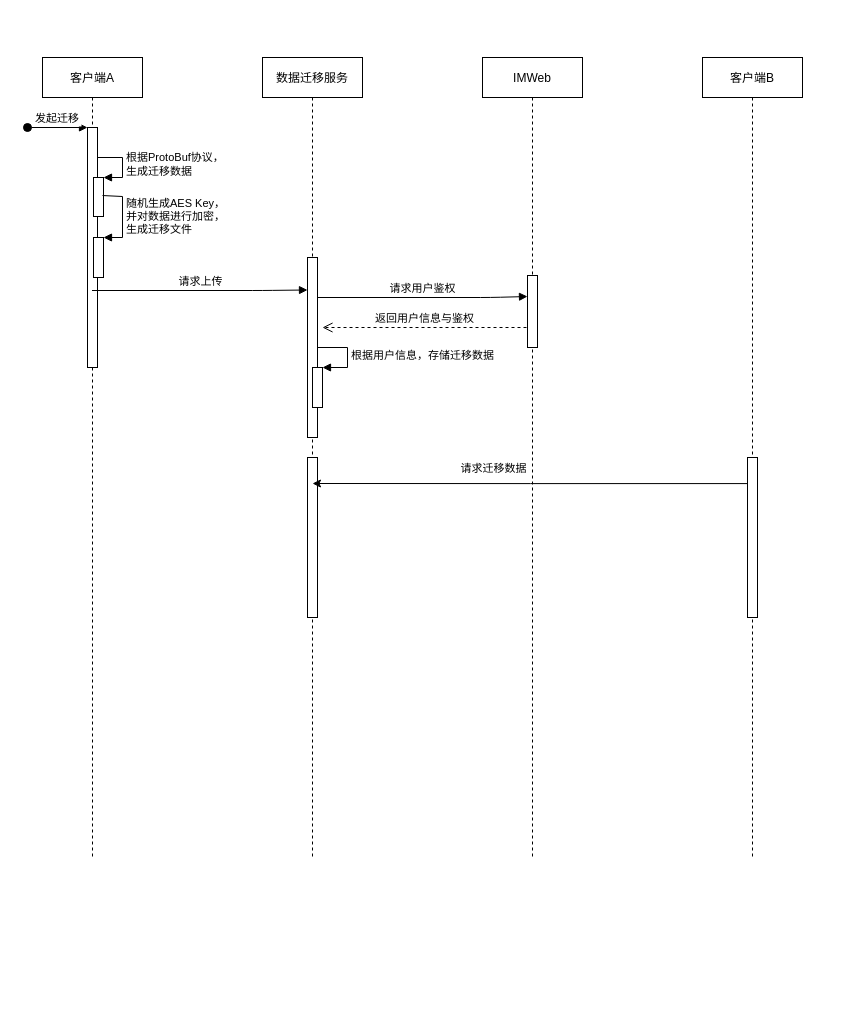
Earlier version of the draw.io diagram 数据迁移 Diagram.drawio (ginhoor/OnlineDocuments). Source tidied: cells renumbered, new cells numbered last; positions are measured from the earlier drawing's top-left corner, leaving out a move shared by most shapes. Both pictures are drawn from the tidied source at 100%, with x=0, y=0 at pixel (27, 57).
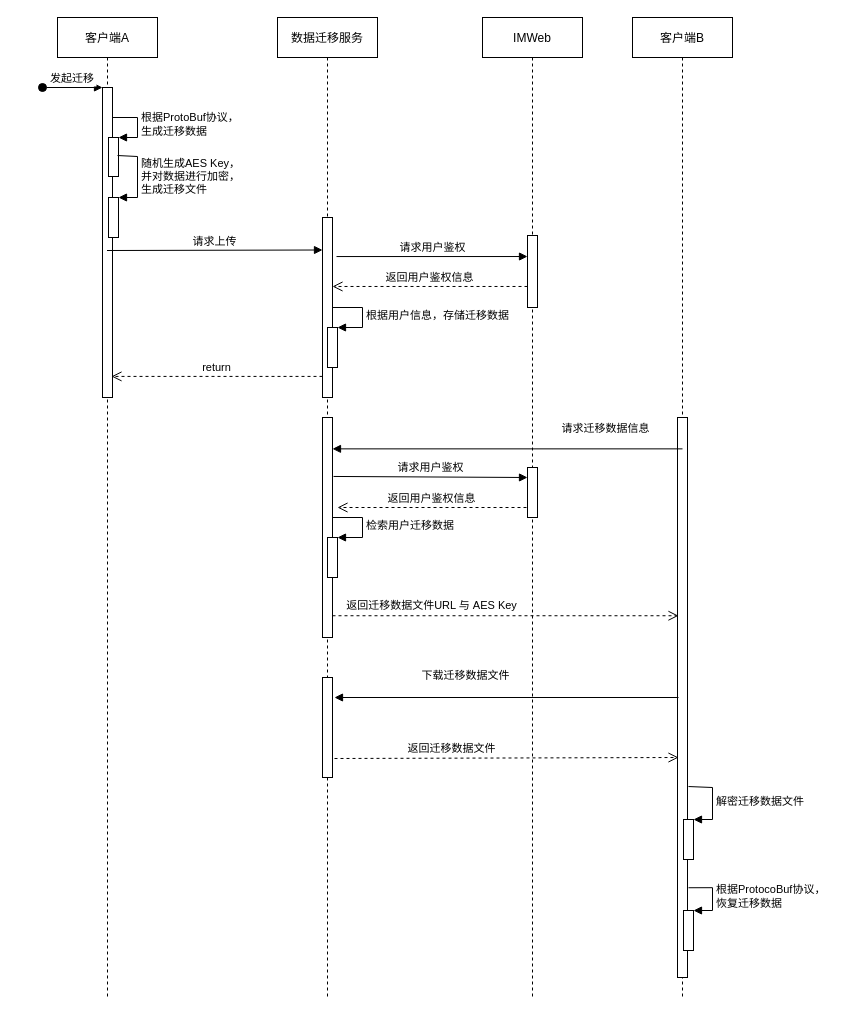
The same page after the edit.

Unchanged cells that the change refers to:
```xml
<mxCell id="10" style="points=[];perimeter=orthogonalPerimeter;rounded=0;shadow=0;strokeWidth=1;" parent="9" vertex="1">
  <mxGeometry x="45" y="200" width="10" height="180" as="geometry" />
</mxCell>
<mxCell id="18" style="points=[];perimeter=orthogonalPerimeter;rounded=0;shadow=0;strokeWidth=1;" parent="17" vertex="1">
  <mxGeometry x="45" y="218" width="10" height="72" as="geometry" />
</mxCell>
```

The edit, as a diff of the source:
```diff
@@
     <mxCell id="2" value="客户端A" style="shape=umlLifeline;perimeter=lifelinePerimeter;rounded=0;shadow=0;strokeWidth=1;" parent="1" vertex="1">
-      <mxGeometry x="15" width="100" height="800" as="geometry" />
+      <mxGeometry x="30" y="-40" width="100" height="980" as="geometry" />
     </mxCell>
     <mxCell id="3" style="points=[];perimeter=orthogonalPerimeter;rounded=0;shadow=0;strokeWidth=1;" parent="2" vertex="1">
-      <mxGeometry x="45" y="70" width="10" height="240" as="geometry" />
+      <mxGeometry x="45" y="70" width="10" height="310" as="geometry" />
     </mxCell>
@@
     <mxCell id="9" value="数据迁移服务" style="shape=umlLifeline;perimeter=lifelinePerimeter;rounded=0;shadow=0;strokeWidth=1;" parent="1" vertex="1">
-      <mxGeometry x="235" width="100" height="800" as="geometry" />
+      <mxGeometry x="250" y="-40" width="100" height="980" as="geometry" />
     </mxCell>
@@
     <mxCell id="11" value="请求上传" style="html=1;verticalAlign=bottom;endArrow=block;" parent="9" edge="1">
       <mxGeometry relative="1" as="geometry">
         <mxPoint x="-170.5" y="233" as="sourcePoint" />
         <mxPoint x="45" y="232.5" as="targetPoint" />
-        <Array as="points">
-          <mxPoint y="233" />
-        </Array>
       </mxGeometry>
     </mxCell>
@@
     <mxCell id="14" style="points=[];perimeter=orthogonalPerimeter;rounded=0;shadow=0;strokeWidth=1;" parent="9" vertex="1">
-      <mxGeometry x="45" y="400" width="10" height="160" as="geometry" />
+      <mxGeometry x="45" y="400" width="10" height="220" as="geometry" />
     </mxCell>
+    <mxCell id="23" style="html=1;points=[];perimeter=orthogonalPerimeter;" parent="9" vertex="1">
+      <mxGeometry x="50" y="520" width="10" height="40" as="geometry" />
+    </mxCell>
+    <mxCell id="24" value="检索用户迁移数据" style="edgeStyle=orthogonalEdgeStyle;html=1;align=left;spacingLeft=2;endArrow=block;rounded=0;entryX=1;entryY=0;strokeColor=default;" parent="9" edge="1" target="23">
+      <mxGeometry relative="1" as="geometry">
+        <mxPoint x="55" y="500" as="sourcePoint" />
+        <Array as="points">
+          <mxPoint x="85" y="500" />
+        </Array>
+      </mxGeometry>
+    </mxCell>
+    <mxCell id="25" style="html=1;points=[];perimeter=orthogonalPerimeter;" parent="9" vertex="1">
+      <mxGeometry x="45" y="660" width="10" height="100" as="geometry" />
+    </mxCell>
     <mxCell id="15" value="客户端B" style="shape=umlLifeline;perimeter=lifelinePerimeter;rounded=0;shadow=0;strokeWidth=1;" parent="1" vertex="1">
-      <mxGeometry x="675" width="100" height="800" as="geometry" />
+      <mxGeometry x="605" y="-40" width="100" height="980" as="geometry" />
     </mxCell>
     <mxCell id="16" style="points=[];perimeter=orthogonalPerimeter;rounded=0;shadow=0;strokeWidth=1;" parent="15" vertex="1">
-      <mxGeometry x="45" y="400" width="10" height="160" as="geometry" />
+      <mxGeometry x="45" y="400" width="10" height="560" as="geometry" />
     </mxCell>
+    <mxCell id="26" style="html=1;points=[];perimeter=orthogonalPerimeter;" parent="15" vertex="1">
+      <mxGeometry x="51" y="893" width="10" height="40" as="geometry" />
+    </mxCell>
+    <mxCell id="27" value="根据ProtocoBuf协议，&lt;br&gt;恢复迁移数据" style="edgeStyle=orthogonalEdgeStyle;html=1;align=left;spacingLeft=2;endArrow=block;rounded=0;entryX=1;entryY=0;strokeColor=default;exitX=0.56;exitY=0.888;exitDx=0;exitDy=0;exitPerimeter=0;" parent="15" edge="1" source="15" target="26">
+      <mxGeometry relative="1" as="geometry">
+        <Array as="points">
+          <mxPoint x="80" y="870" />
+          <mxPoint x="80" y="893" />
+        </Array>
+      </mxGeometry>
+    </mxCell>
+    <mxCell id="28" style="html=1;points=[];perimeter=orthogonalPerimeter;" parent="15" vertex="1">
+      <mxGeometry x="51" y="802" width="10" height="40" as="geometry" />
+    </mxCell>
+    <mxCell id="29" value="解密迁移数据文件" style="edgeStyle=orthogonalEdgeStyle;html=1;align=left;spacingLeft=2;endArrow=block;rounded=0;entryX=1;entryY=0;strokeColor=default;exitX=1.1;exitY=0.659;exitDx=0;exitDy=0;exitPerimeter=0;" parent="15" edge="1" source="16" target="28">
+      <mxGeometry relative="1" as="geometry">
+        <Array as="points">
+          <mxPoint x="80" y="770" />
+          <mxPoint x="80" y="802" />
+        </Array>
+      </mxGeometry>
+    </mxCell>
     <mxCell id="17" value="IMWeb" style="shape=umlLifeline;perimeter=lifelinePerimeter;rounded=0;shadow=0;strokeWidth=1;" parent="1" vertex="1">
-      <mxGeometry x="455" width="100" height="800" as="geometry" />
+      <mxGeometry x="455" y="-40" width="100" height="980" as="geometry" />
     </mxCell>
@@
+    <mxCell id="30" style="html=1;points=[];perimeter=orthogonalPerimeter;" parent="17" vertex="1">
+      <mxGeometry x="45" y="450" width="10" height="50" as="geometry" />
+    </mxCell>
+    <mxCell id="31" value="请求用户鉴权" style="html=1;verticalAlign=bottom;endArrow=block;strokeColor=default;exitX=1.1;exitY=0.268;exitDx=0;exitDy=0;exitPerimeter=0;" parent="17" edge="1" source="14">
+      <mxGeometry relative="1" as="geometry">
+        <mxPoint x="45" y="460" as="targetPoint" />
+      </mxGeometry>
+    </mxCell>
+    <mxCell id="20" value="返回用户鉴权信息" style="html=1;verticalAlign=bottom;endArrow=open;dashed=1;endSize=8;exitX=0;exitY=0.708;exitDx=0;exitDy=0;exitPerimeter=0;" parent="1" edge="1" source="18" target="10">
+      <mxGeometry relative="1" as="geometry" />
+    </mxCell>
+    <mxCell id="32" value="return" style="html=1;verticalAlign=bottom;endArrow=open;dashed=1;endSize=8;entryX=0.9;entryY=0.932;entryDx=0;entryDy=0;entryPerimeter=0;" parent="1" edge="1" source="10" target="3">
+      <mxGeometry relative="1" as="geometry" />
+    </mxCell>
+    <mxCell id="33" value="请求迁移数据信息" style="html=1;verticalAlign=bottom;endArrow=block;strokeColor=default;exitX=0.5;exitY=0.056;exitDx=0;exitDy=0;exitPerimeter=0;" parent="1" edge="1" source="16" target="14">
+      <mxGeometry x="-0.56" y="-11" relative="1" as="geometry" />
+    </mxCell>
+    <mxCell id="34" value="返回用户鉴权信息" style="html=1;verticalAlign=bottom;endArrow=open;dashed=1;endSize=8;strokeColor=default;exitX=-0.1;exitY=0.8;exitDx=0;exitDy=0;exitPerimeter=0;" parent="1" edge="1" source="30">
+      <mxGeometry relative="1" as="geometry">
+        <mxPoint x="310" y="450" as="targetPoint" />
+      </mxGeometry>
+    </mxCell>
+    <mxCell id="35" value="返回迁移数据文件URL 与 AES Key" style="html=1;verticalAlign=bottom;endArrow=open;dashed=1;endSize=8;strokeColor=default;entryX=0.1;entryY=0.354;entryDx=0;entryDy=0;entryPerimeter=0;" parent="1" edge="1" source="14" target="16">
+      <mxGeometry x="-0.43" y="1" relative="1" as="geometry" />
+    </mxCell>
+    <mxCell id="36" value="下载迁移数据文件" style="html=1;verticalAlign=bottom;endArrow=block;strokeColor=default;" parent="1" edge="1">
+      <mxGeometry x="0.24" y="-13" relative="1" as="geometry">
+        <mxPoint x="651" y="640" as="sourcePoint" />
+        <mxPoint x="307" y="640" as="targetPoint" />
+      </mxGeometry>
+    </mxCell>
+    <mxCell id="37" value="返回迁移数据文件" style="html=1;verticalAlign=bottom;endArrow=open;dashed=1;endSize=8;strokeColor=default;exitX=1.2;exitY=0.81;exitDx=0;exitDy=0;exitPerimeter=0;" parent="1" edge="1" source="25">
+      <mxGeometry x="-0.32" y="1" relative="1" as="geometry">
+        <mxPoint x="651" y="700" as="targetPoint" />
+      </mxGeometry>
+    </mxCell>
-    <mxCell id="19" value="请求用户鉴权" style="html=1;verticalAlign=bottom;endArrow=block;entryX=0;entryY=0.292;entryDx=0;entryDy=0;entryPerimeter=0;" parent="17" edge="1" target="18">
-      <mxGeometry relative="1" as="geometry">
-        <mxPoint x="-165" y="240" as="sourcePoint" />
-        <Array as="points">
-          <mxPoint x="8" y="240" />
-        </Array>
-      </mxGeometry>
+    <mxCell id="19" value="请求用户鉴权" style="html=1;verticalAlign=bottom;endArrow=block;entryX=0;entryY=0.292;entryDx=0;entryDy=0;entryPerimeter=0;exitX=1.4;exitY=0.217;exitDx=0;exitDy=0;exitPerimeter=0;" parent="1" edge="1" source="10" target="18">
+      <mxGeometry relative="1" as="geometry" />
     </mxCell>
-    <mxCell id="20" value="返回用户信息与鉴权" style="html=1;verticalAlign=bottom;endArrow=open;dashed=1;endSize=8;" parent="1" edge="1">
-      <mxGeometry relative="1" as="geometry">
-        <mxPoint x="499" y="270" as="sourcePoint" />
-        <mxPoint x="295" y="270" as="targetPoint" />
-        <Array as="points">
-          <mxPoint x="365" y="270" />
-        </Array>
-      </mxGeometry>
-    </mxCell>
-    <mxCell id="21" style="edgeStyle=orthogonalEdgeStyle;rounded=0;jettySize=auto;html=1;exitX=0;exitY=0.163;exitDx=0;exitDy=0;exitPerimeter=0;" parent="1" edge="1" source="16">
-      <mxGeometry relative="1" as="geometry">
-        <mxPoint x="285" y="426" as="targetPoint" />
-      </mxGeometry>
-    </mxCell>
-    <mxCell id="22" value="请求迁移数据" style="edgeLabel;html=1;align=center;verticalAlign=middle;" parent="21" vertex="1">
-      <mxGeometry x="0.06" y="-3" relative="1" as="geometry">
-        <mxPoint x="-24" y="-13" as="offset" />
-      </mxGeometry>
-    </mxCell>
```
